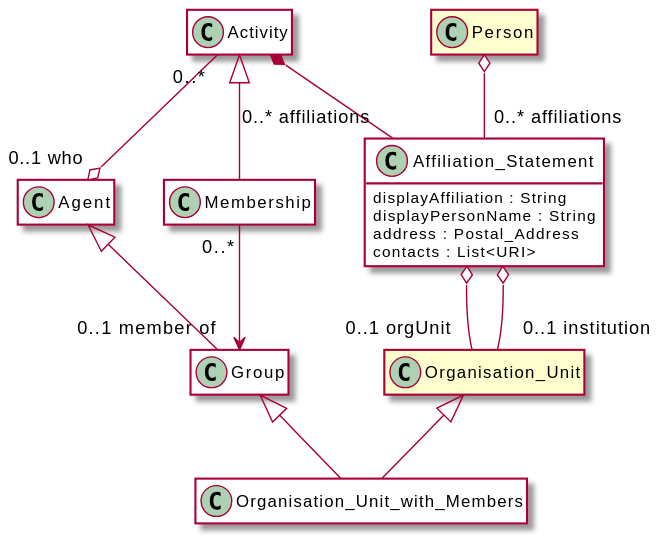
Before: diagrams/membership.svg, a diagram exported from PlantUML (EuroCRIS/CERIF-Core).
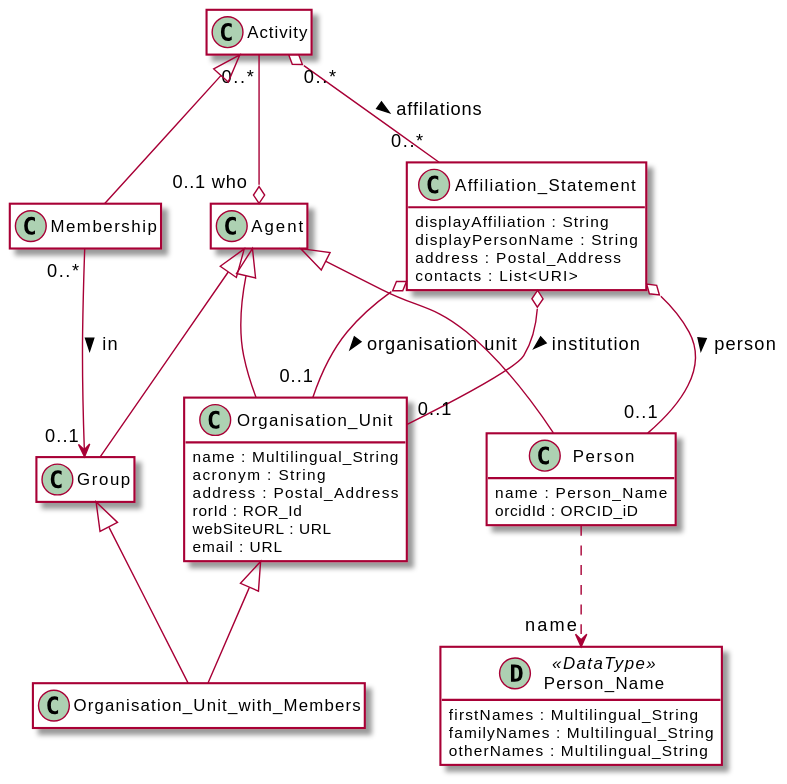
After the change.

Change to the diagram source:
```diff
@@ -4,7 +4,9 @@
     !includesub core.puml!Agent
     !includesub core.puml!Activity
     !includesub core.puml!Membership
+    !includesub core.puml!Person
     !includesub core.puml!Group
+    !includesub core.puml!OrgUnit
     !includesub core.puml!OrgUnitWithMembers
     !includesub core.puml!AffiliationStatement
 
```
